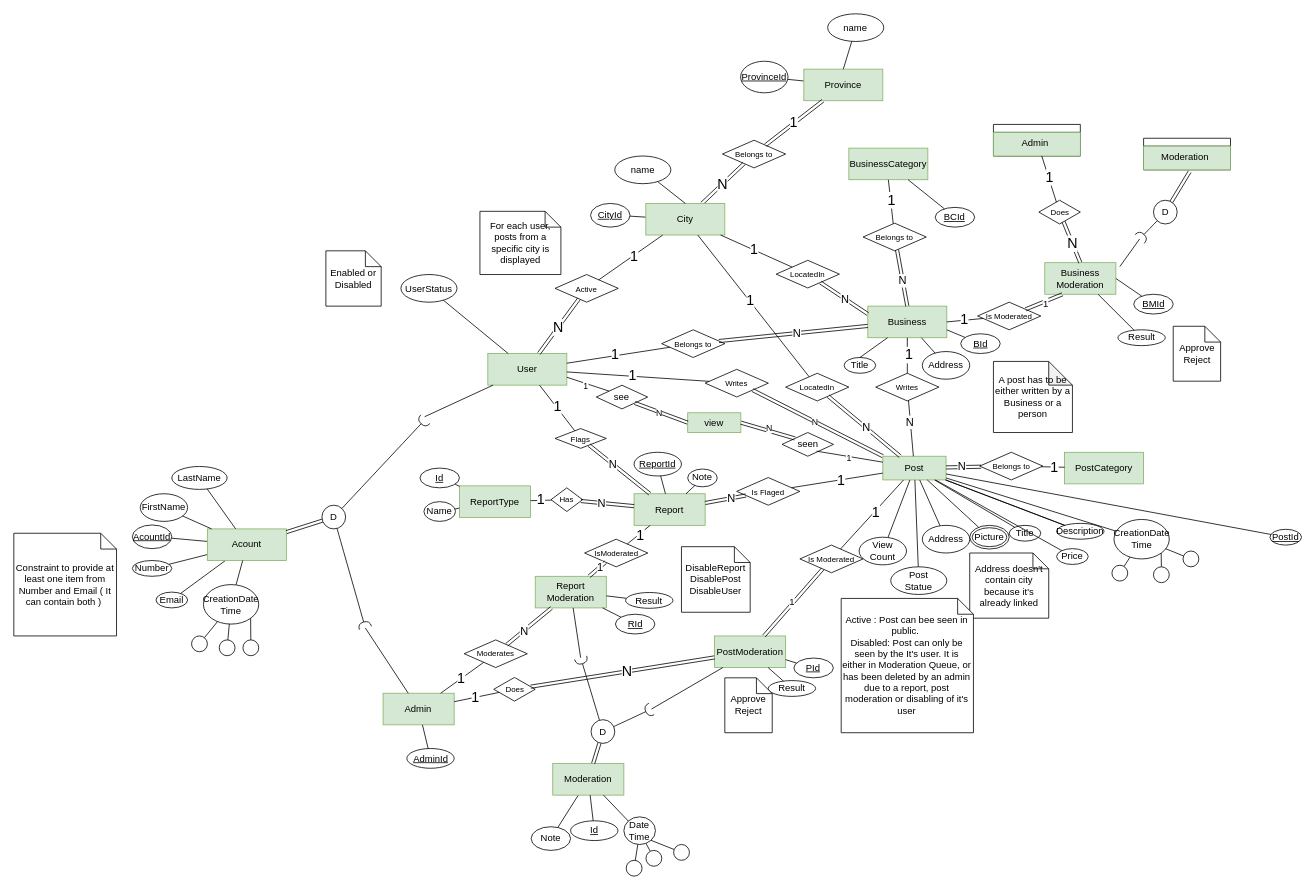
Before: Project.drawio in khebrati/HamsellDatabase, a draw.io diagram. Source tidied: cells renumbered, new cells numbered last; positions are measured from the earlier drawing's top-left corner, leaving out a move shared by most shapes. Both pictures are drawn from the tidied source at 79%, with x=0, y=0 at pixel (13, 13).
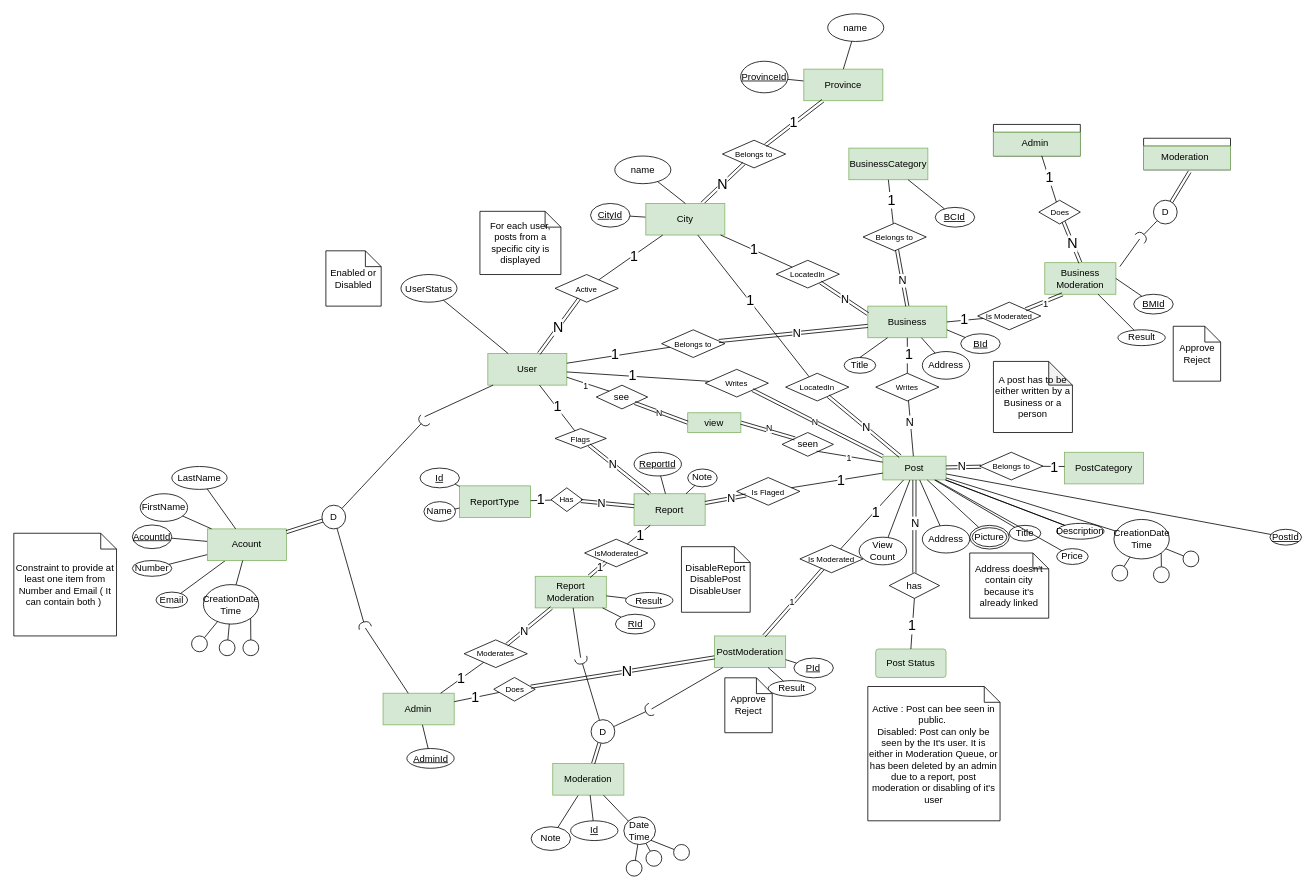
After the change.

Commit message:
PostStatus changed to a table

Unchanged cells that the change refers to:
```xml
<mxCell id="5" value="Post" style="whiteSpace=wrap;html=1;align=center;fillColor=#d5e8d4;strokeColor=#82b366;" parent="1" vertex="1">
  <mxGeometry x="1100" y="560" width="80" height="30" as="geometry" />
</mxCell>
<mxCell id="69" value="PostCategory" style="whiteSpace=wrap;html=1;align=center;fillColor=#d5e8d4;strokeColor=#82b366;" parent="1" vertex="1">
  <mxGeometry x="1330.1" y="555" width="100" height="40" as="geometry" />
</mxCell>
<mxCell id="70" value="&lt;font style=&quot;font-size: 10px;&quot;&gt;Belongs to&lt;/font&gt;" style="shape=rhombus;perimeter=rhombusPerimeter;whiteSpace=wrap;html=1;align=center;" parent="1" vertex="1">
  <mxGeometry x="1222.6" y="555" width="80" height="35" as="geometry" />
</mxCell>
```

What changed in the source:
```diff
@@
-    <mxCell id="73" style="endArrow=none;html=1;rounded=0;" parent="1" edge="1" source="70" target="69">
-      <mxGeometry relative="1" as="geometry" />
+    <mxCell id="73" style="endArrow=none;html=1;rounded=0;" parent="1" edge="1" source="70">
+      <mxGeometry relative="1" as="geometry">
+        <mxPoint x="1330" y="573" as="targetPoint" />
+      </mxGeometry>
     </mxCell>
@@
-    <mxCell id="167" value="Post&lt;div&gt;Statue&lt;/div&gt;" style="ellipse;whiteSpace=wrap;html=1;align=center;" parent="1" vertex="1">
-      <mxGeometry x="1110" y="700" width="71" height="35" as="geometry" />
-    </mxCell>
-    <mxCell id="168" style="endArrow=none;html=1;rounded=0;" parent="1" edge="1" source="5" target="167">
-      <mxGeometry relative="1" as="geometry" />
-    </mxCell>
     <mxCell id="169" value="Active : Post can bee seen in public.&amp;nbsp;&lt;div&gt;Disabled: Post can only be seen by the It's user. It is either in Moderation Queue, or has been deleted by an admin due to a report, post moderation or disabling of it's user&lt;/div&gt;" style="shape=note;size=20;whiteSpace=wrap;html=1;" parent="1" vertex="1">
-      <mxGeometry x="1047.3" y="740" width="167.4" height="170" as="geometry" />
+      <mxGeometry x="1081" y="851.5" width="167.4" height="170" as="geometry" />
     </mxCell>
@@
+    <mxCell id="268" value="Post Status" style="rounded=1;arcSize=10;whiteSpace=wrap;html=1;align=center;fillColor=#d5e8d4;strokeColor=#82b366;" parent="1" vertex="1">
+      <mxGeometry x="1091" y="804" width="89" height="36" as="geometry" />
+    </mxCell>
+    <mxCell id="269" value="has" style="shape=rhombus;perimeter=rhombusPerimeter;whiteSpace=wrap;html=1;align=center;" parent="1" vertex="1">
+      <mxGeometry x="1108.1" y="707.5" width="63.7" height="32.5" as="geometry" />
+    </mxCell>
+    <mxCell id="270" style="shape=link;html=1;rounded=0;exitX=0.5;exitY=1;exitDx=0;exitDy=0;entryX=0.5;entryY=0;entryDx=0;entryDy=0;" parent="1" edge="1" source="5" target="269">
+      <mxGeometry relative="1" as="geometry" />
+    </mxCell>
+    <mxCell id="271" value="&lt;font style=&quot;font-size: 14px;&quot;&gt;N&lt;/font&gt;" style="edgeLabel;html=1;align=center;verticalAlign=middle;" parent="270" vertex="1">
+      <mxGeometry x="-0.08" y="1" relative="1" as="geometry" />
+    </mxCell>
+    <mxCell id="272" style="endArrow=none;html=1;rounded=0;exitX=0.5;exitY=1;exitDx=0;exitDy=0;entryX=0.5;entryY=0;entryDx=0;entryDy=0;" parent="1" edge="1" source="269" target="268">
+      <mxGeometry relative="1" as="geometry" />
+    </mxCell>
+    <mxCell id="273" value="&lt;font style=&quot;font-size: 18px;&quot;&gt;1&lt;/font&gt;" style="edgeLabel;html=1;align=center;verticalAlign=middle;" parent="272" vertex="1">
+      <mxGeometry x="0.08" y="-1" relative="1" as="geometry" />
+    </mxCell>
```
